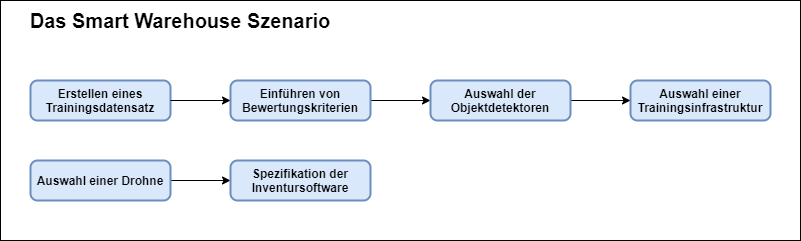
Before: ProjectWork/Bilder/blockdiagramm.png, a diagram exported from draw.io (fidsusj/SmartWarehouse). Source tidied: cells renumbered, new cells last; positions are measured from the earlier drawing's top-left corner, leaving out a move shared by most shapes.
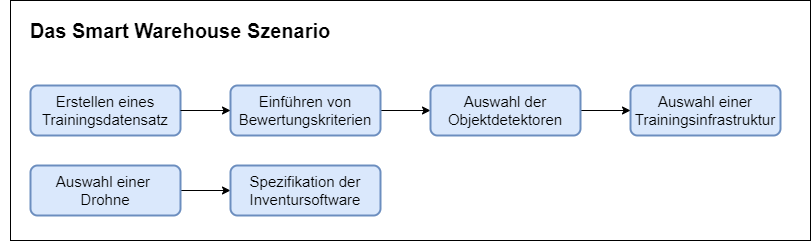
After the commit.

Diff of the diagram source:
```diff
@@ -5,11 +5,11 @@
     <mxCell id="2" style="edgeStyle=orthogonalEdgeStyle;rounded=0;jettySize=auto;html=1;exitX=1;exitY=0.5;exitDx=0;exitDy=0;entryX=0;entryY=0.5;entryDx=0;entryDy=0;" parent="1" edge="1" source="11" target="13">
       <mxGeometry relative="1" as="geometry" />
     </mxCell>
-    <mxCell id="3" value="&lt;b&gt;Erstellen eines Trainingsdatensatz&lt;/b&gt;" style="rounded=1;whiteSpace=wrap;html=1;absoluteArcSize=1;arcSize=14;strokeWidth=2;fillColor=#dae8fc;strokeColor=#6c8ebf;" parent="1" vertex="1">
-      <mxGeometry x="30" y="80" width="140" height="40" as="geometry" />
+    <mxCell id="3" value="&lt;font style=&quot;font-size: 15px&quot;&gt;Erstellen eines Trainingsdatensatz&lt;/font&gt;" style="rounded=1;whiteSpace=wrap;html=1;absoluteArcSize=1;arcSize=14;strokeWidth=2;fillColor=#dae8fc;strokeColor=#6c8ebf;" parent="1" vertex="1">
+      <mxGeometry x="30" y="80" width="150" height="50" as="geometry" />
     </mxCell>
-    <mxCell id="4" value="&lt;b&gt;Auswahl einer Trainingsinfrastruktur&lt;/b&gt;" style="rounded=1;whiteSpace=wrap;html=1;absoluteArcSize=1;arcSize=14;strokeWidth=2;fillColor=#dae8fc;strokeColor=#6c8ebf;" parent="1" vertex="1">
-      <mxGeometry x="630" y="80" width="140" height="40" as="geometry" />
+    <mxCell id="4" value="&lt;font style=&quot;font-size: 15px&quot;&gt;Auswahl einer Trainingsinfrastruktur&lt;/font&gt;" style="rounded=1;whiteSpace=wrap;html=1;absoluteArcSize=1;arcSize=14;strokeWidth=2;fillColor=#dae8fc;strokeColor=#6c8ebf;" parent="1" vertex="1">
+      <mxGeometry x="630" y="80" width="150" height="50" as="geometry" />
     </mxCell>
     <mxCell id="5" style="edgeStyle=orthogonalEdgeStyle;rounded=0;jettySize=auto;html=1;exitX=1;exitY=0.5;exitDx=0;exitDy=0;" parent="1" edge="1" source="13" target="4">
       <mxGeometry relative="1" as="geometry" />
@@ -17,26 +17,26 @@
     <mxCell id="6" style="edgeStyle=orthogonalEdgeStyle;rounded=0;jettySize=auto;html=1;exitX=1;exitY=0.5;exitDx=0;exitDy=0;" parent="1" edge="1" source="7" target="8">
       <mxGeometry relative="1" as="geometry" />
     </mxCell>
-    <mxCell id="7" value="&lt;b&gt;Auswahl einer Drohne&lt;/b&gt;" style="rounded=1;whiteSpace=wrap;html=1;absoluteArcSize=1;arcSize=14;strokeWidth=2;fillColor=#dae8fc;strokeColor=#6c8ebf;" parent="1" vertex="1">
-      <mxGeometry x="30" y="160" width="140" height="40" as="geometry" />
+    <mxCell id="7" value="&lt;font style=&quot;font-size: 15px&quot;&gt;Auswahl einer&amp;nbsp; Drohne&lt;/font&gt;" style="rounded=1;whiteSpace=wrap;html=1;absoluteArcSize=1;arcSize=14;strokeWidth=2;fillColor=#dae8fc;strokeColor=#6c8ebf;" parent="1" vertex="1">
+      <mxGeometry x="30" y="160" width="150" height="50" as="geometry" />
     </mxCell>
-    <mxCell id="8" value="&lt;b&gt;Spezifikation der Inventursoftware&lt;/b&gt;" style="rounded=1;whiteSpace=wrap;html=1;absoluteArcSize=1;arcSize=14;strokeWidth=2;fillColor=#dae8fc;strokeColor=#6c8ebf;" parent="1" vertex="1">
-      <mxGeometry x="230" y="160" width="140" height="40" as="geometry" />
+    <mxCell id="8" value="&lt;font style=&quot;font-size: 15px&quot;&gt;Spezifikation der Inventursoftware&lt;/font&gt;" style="rounded=1;whiteSpace=wrap;html=1;absoluteArcSize=1;arcSize=14;strokeWidth=2;fillColor=#dae8fc;strokeColor=#6c8ebf;" parent="1" vertex="1">
+      <mxGeometry x="230" y="160" width="150" height="50" as="geometry" />
     </mxCell>
     <mxCell id="9" value="&lt;font style=&quot;font-size: 20px&quot;&gt;&lt;b&gt;Das Smart Warehouse Szenario&lt;/b&gt;&lt;/font&gt;" style="text;html=1;strokeColor=none;fillColor=none;align=center;verticalAlign=middle;whiteSpace=wrap;rounded=0;" parent="1" vertex="1">
-      <mxGeometry y="10" width="360" height="20" as="geometry" />
+      <mxGeometry y="15" width="360" height="20" as="geometry" />
     </mxCell>
     <mxCell id="10" style="rounded=0;whiteSpace=wrap;html=1;fillColor=none;" parent="1" vertex="1">
-      <mxGeometry width="800" height="240" as="geometry" />
+      <mxGeometry x="10" y="-5" width="800" height="240" as="geometry" />
     </mxCell>
-    <mxCell id="11" value="&lt;b&gt;Einführen von Bewertungskriterien&lt;/b&gt;" style="rounded=1;whiteSpace=wrap;html=1;absoluteArcSize=1;arcSize=14;strokeWidth=2;fillColor=#dae8fc;strokeColor=#6c8ebf;" parent="1" vertex="1">
-      <mxGeometry x="230" y="80" width="140" height="40" as="geometry" />
+    <mxCell id="11" value="&lt;font style=&quot;font-size: 15px&quot;&gt;Einführen von Bewertungskriterien&lt;/font&gt;" style="rounded=1;whiteSpace=wrap;html=1;absoluteArcSize=1;arcSize=14;strokeWidth=2;fillColor=#dae8fc;strokeColor=#6c8ebf;" parent="1" vertex="1">
+      <mxGeometry x="230" y="80" width="150" height="50" as="geometry" />
     </mxCell>
     <mxCell id="12" style="edgeStyle=orthogonalEdgeStyle;rounded=0;jettySize=auto;html=1;exitX=1;exitY=0.5;exitDx=0;exitDy=0;entryX=0;entryY=0.5;entryDx=0;entryDy=0;" parent="1" edge="1" source="3" target="11">
       <mxGeometry relative="1" as="geometry" />
     </mxCell>
-    <mxCell id="13" value="&lt;b&gt;Auswahl der Objektdetektoren&lt;/b&gt;" style="rounded=1;whiteSpace=wrap;html=1;absoluteArcSize=1;arcSize=14;strokeWidth=2;fillColor=#dae8fc;strokeColor=#6c8ebf;" parent="1" vertex="1">
-      <mxGeometry x="430" y="80" width="140" height="40" as="geometry" />
+    <mxCell id="13" value="&lt;font style=&quot;font-size: 15px&quot;&gt;Auswahl der Objektdetektoren&lt;/font&gt;" style="rounded=1;whiteSpace=wrap;html=1;absoluteArcSize=1;arcSize=14;strokeWidth=2;fillColor=#dae8fc;strokeColor=#6c8ebf;" parent="1" vertex="1">
+      <mxGeometry x="430" y="80" width="150" height="50" as="geometry" />
     </mxCell>
   </root>
 </mxGraphModel>
```
